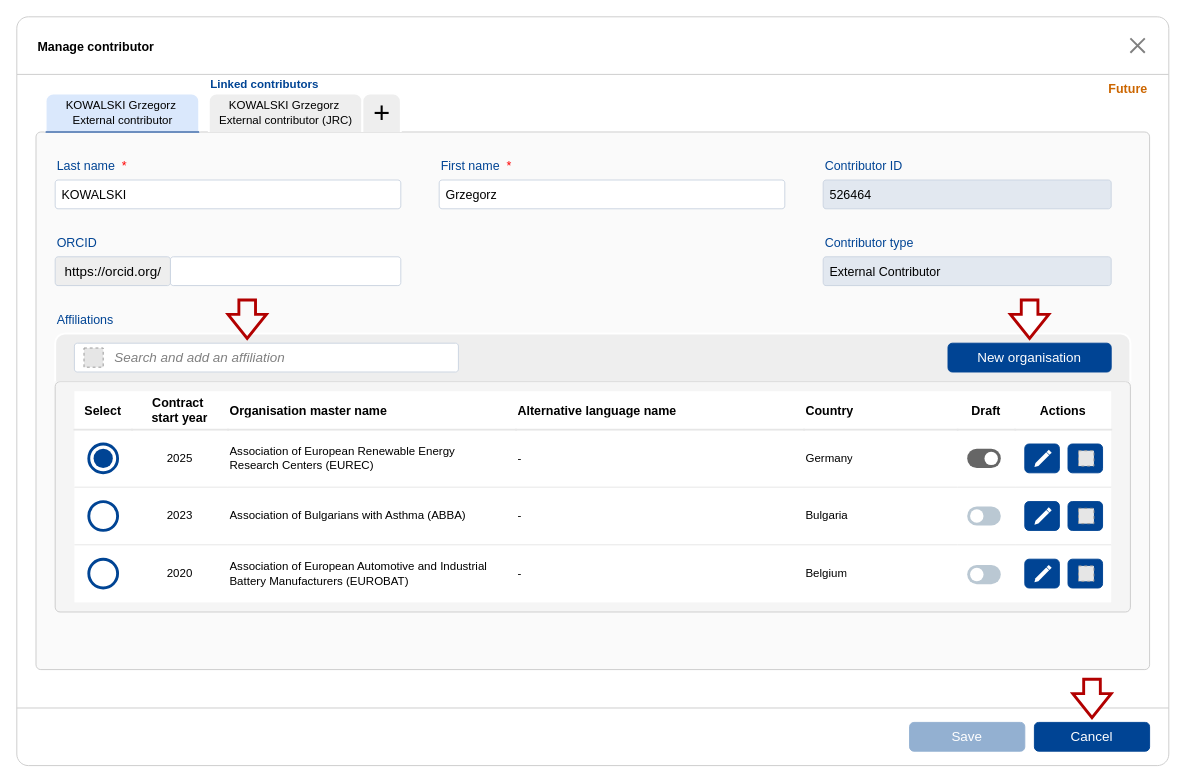
RyszardBudzinski/PUBSY_mockups keeps this draw.io diagram as page "Page-Edit_contributor" (12 of 28) of test_corporate_contributors_ver_4.drawio. Above is the earlier version. Source tidied: cells renumbered, new cells numbered last; positions are measured from the earlier drawing's top-left corner, leaving out a move shared by most shapes. Both pictures are drawn from the tidied source at 96%, with x=0, y=0 at pixel (16, 16). Pictures stored in the file or linked from it are replaced by grey dashed boxes.
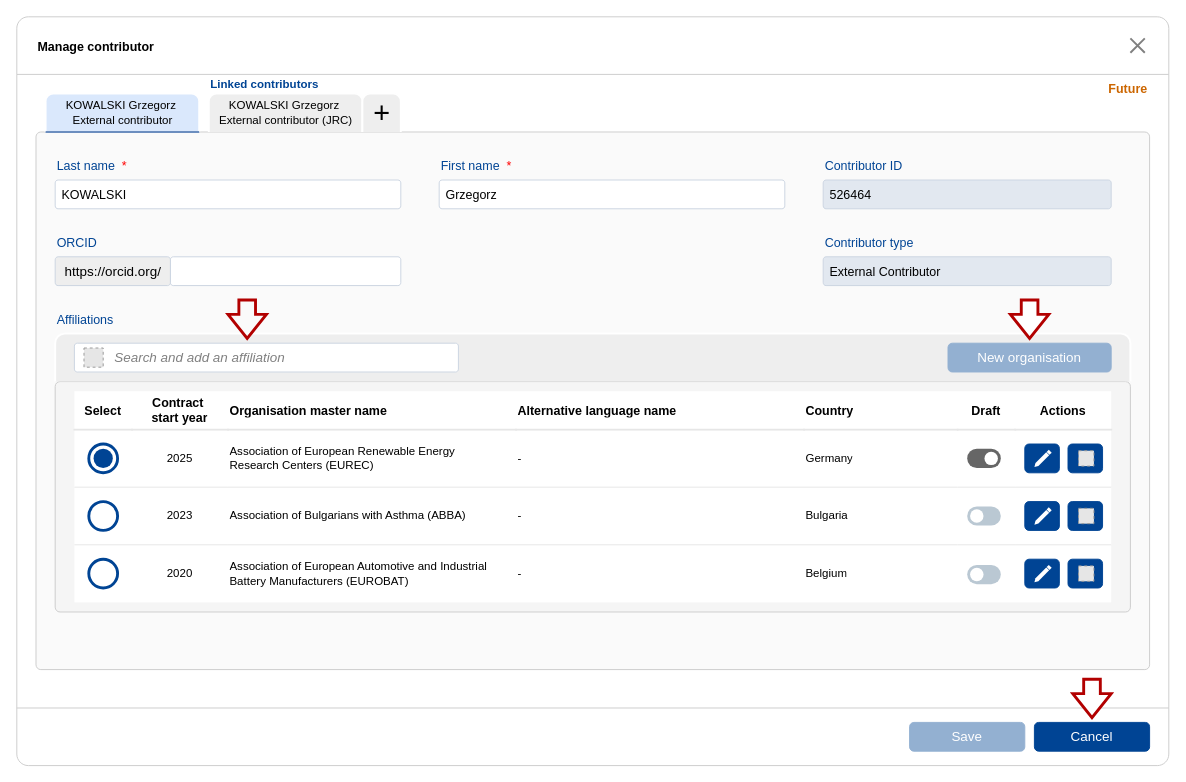
Above is the later version.

Change to the diagram source:
```diff
@@
-    <mxCell id="88" value="New organisation" style="rounded=1;whiteSpace=wrap;html=1;fillColor=#004494;fontColor=#ffffff;strokeColor=#004494;glass=0;fontSize=14;" parent="1" vertex="1">
+    <mxCell id="88" value="New organisation" style="rounded=1;whiteSpace=wrap;html=1;fillColor=light-dark(#93B0D1,#93B0D1);fontColor=#ffffff;strokeColor=light-dark(#93B0D1,#93B0D1);glass=0;fontSize=14;" parent="1" vertex="1">
       <mxGeometry x="970" y="340" width="170" height="30" as="geometry" />
     </mxCell>
```
